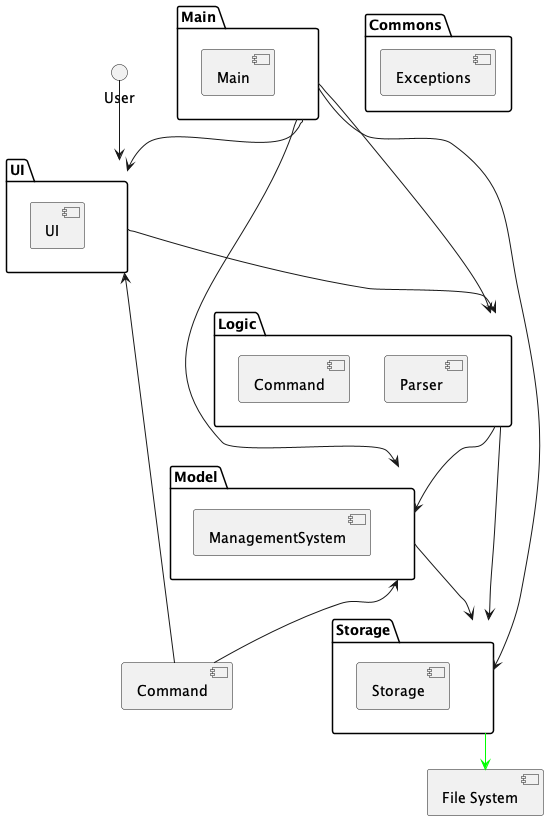
Earlier version of the PlantUML export docs/diagrams/ArchitectureDiagram.png (chwenyee/tp). Its diagram source:
```plantuml
@startuml
package "Main" {
  [Main] as main
}

package "UI" {
  [UI] as ui
}

package "Logic" {
  [Command] as command
  [Parser] as parser
}

package "Model" {
  [ManagementSystem] as model
}

package "Storage" {
  [Storage] as storage
}

package "Commons" {
  [Exceptions] as exceptions
}

[Main] --> [UI]
[Main] --> [Logic]
[Main] --> [Model]
[Main] --> [Storage]

[UI] --> [Logic]
[UI] <-- [Command]

[Logic] --> [Model]
[Logic] --> [Storage]

[Model] <-- [Command]
[Model] --> [Storage]

User --> [UI]
Storage --> [File System] #00FF00

@enduml
```
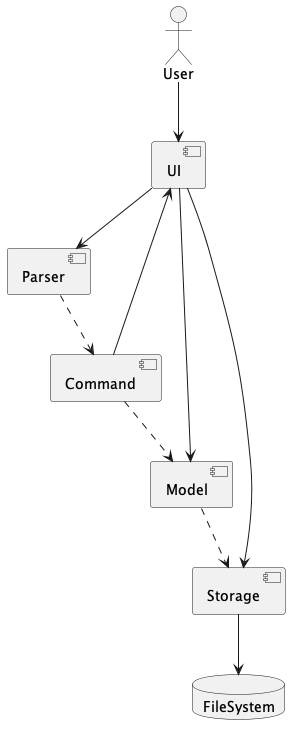
After the change.

Commit message:
Update architecture diagrams to match professor's example

Diff of the diagram source:
```diff
@@ -1,44 +1,20 @@
 @startuml
-package "Main" {
-  [Main] as main
-}
+actor User
+component UI
+component Parser
+component Command
+component Model
+component Storage
+database FileSystem
 
-package "UI" {
-  [UI] as ui
-}
+User --> UI
+UI --> Parser
+Parser ..> Command
+Command ..> Model
+Command --> UI
 
-package "Logic" {
-  [Command] as command
-  [Parser] as parser
-}
-
-package "Model" {
-  [ManagementSystem] as model
-}
-
-package "Storage" {
-  [Storage] as storage
-}
-
-package "Commons" {
-  [Exceptions] as exceptions
-}
-
-[Main] --> [UI]
-[Main] --> [Logic]
-[Main] --> [Model]
-[Main] --> [Storage]
-
-[UI] --> [Logic]
-[UI] <-- [Command]
-
-[Logic] --> [Model]
-[Logic] --> [Storage]
-
-[Model] <-- [Command]
-[Model] --> [Storage]
-
-User --> [UI]
-Storage --> [File System] #00FF00
-
+UI --> Model
+UI --> Storage
+Model ..> Storage
+Storage --> FileSystem
 @enduml
```
